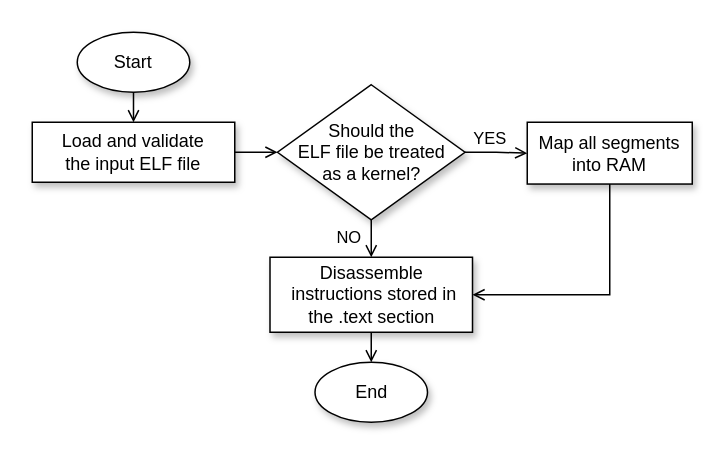
Above: docs/diagrams/elf_loader/elf_diagram.drawio in silhavyj/ZeroMate (draw.io), before the change. Source tidied: cells renumbered, new cells numbered last; positions are measured from the earlier drawing's top-left corner, leaving out a move shared by most shapes. Both pictures are drawn from the tidied source at 150%, with x=0, y=0 at pixel (32, 32).
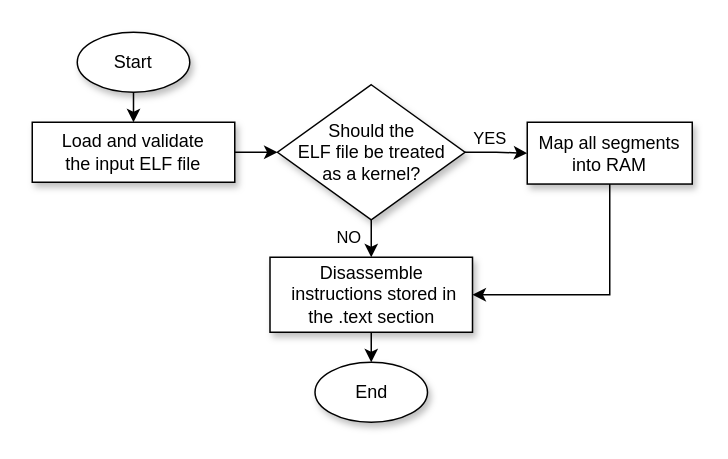
Above is the later version.

What changed in the source:
```diff
@@
 <mxGraphModel>
   <root>
     <mxCell id="0" />
     <mxCell id="1" parent="0" />
-    <mxCell id="2" style="edgeStyle=orthogonalEdgeStyle;rounded=0;jettySize=auto;html=1;exitX=0.5;exitY=1;exitDx=0;exitDy=0;endArrow=open;endFill=0;" parent="1" edge="1" source="6" target="14">
+    <mxCell id="2" style="edgeStyle=orthogonalEdgeStyle;rounded=0;jettySize=auto;html=1;exitX=0.5;exitY=1;exitDx=0;exitDy=0;" parent="1" edge="1" source="6" target="14">
       <mxGeometry relative="1" as="geometry" />
     </mxCell>
     <mxCell id="3" value="NO" style="edgeLabel;html=1;align=center;verticalAlign=middle;" parent="2" vertex="1">
       <mxGeometry x="0.3" y="-1" relative="1" as="geometry">
         <mxPoint x="-15" y="5" as="offset" />
       </mxGeometry>
     </mxCell>
-    <mxCell id="4" style="edgeStyle=orthogonalEdgeStyle;rounded=0;jettySize=auto;html=1;exitX=1;exitY=0.5;exitDx=0;exitDy=0;entryX=0;entryY=0.5;entryDx=0;entryDy=0;endArrow=open;endFill=0;" parent="1" edge="1" source="6" target="10">
+    <mxCell id="4" style="edgeStyle=orthogonalEdgeStyle;rounded=0;jettySize=auto;html=1;exitX=1;exitY=0.5;exitDx=0;exitDy=0;entryX=0;entryY=0.5;entryDx=0;entryDy=0;" parent="1" edge="1" source="6" target="10">
       <mxGeometry relative="1" as="geometry" />
     </mxCell>
     <mxCell id="5" value="YES" style="edgeLabel;html=1;align=center;verticalAlign=middle;" parent="4" vertex="1">
       <mxGeometry x="-0.26" y="-1" relative="1" as="geometry">
         <mxPoint y="-11" as="offset" />
       </mxGeometry>
     </mxCell>
     <mxCell id="6" value="Should the &lt;br&gt;ELF file be treated &lt;br&gt;as a kernel?" style="rhombus;whiteSpace=wrap;html=1;fontFamily=Computer Modern;shadow=1;" parent="1" vertex="1">
       <mxGeometry x="163.5" y="35" width="125" height="90" as="geometry" />
     </mxCell>
-    <mxCell id="7" style="edgeStyle=orthogonalEdgeStyle;rounded=0;jettySize=auto;html=1;exitX=1;exitY=0.5;exitDx=0;exitDy=0;entryX=0;entryY=0.5;entryDx=0;entryDy=0;endArrow=open;endFill=0;" parent="1" edge="1" source="8" target="6">
+    <mxCell id="7" style="edgeStyle=orthogonalEdgeStyle;rounded=0;jettySize=auto;html=1;exitX=1;exitY=0.5;exitDx=0;exitDy=0;entryX=0;entryY=0.5;entryDx=0;entryDy=0;" parent="1" edge="1" source="8" target="6">
       <mxGeometry relative="1" as="geometry" />
     </mxCell>
     <mxCell id="8" value="Load and validate &lt;br&gt;the input ELF file" style="rounded=0;whiteSpace=wrap;html=1;fontFamily=Computer Modern;shadow=1;" parent="1" vertex="1">
       <mxGeometry y="60" width="135" height="40" as="geometry" />
     </mxCell>
-    <mxCell id="9" style="edgeStyle=orthogonalEdgeStyle;rounded=0;jettySize=auto;html=1;exitX=0.5;exitY=1;exitDx=0;exitDy=0;entryX=1;entryY=0.5;entryDx=0;entryDy=0;endArrow=open;endFill=0;" parent="1" edge="1" source="10" target="14">
+    <mxCell id="9" style="edgeStyle=orthogonalEdgeStyle;rounded=0;jettySize=auto;html=1;exitX=0.5;exitY=1;exitDx=0;exitDy=0;entryX=1;entryY=0.5;entryDx=0;entryDy=0;" parent="1" edge="1" source="10" target="14">
       <mxGeometry relative="1" as="geometry" />
     </mxCell>
     <mxCell id="10" value="Map all segments&lt;br&gt;&amp;nbsp;into RAM&amp;nbsp;" style="rounded=0;whiteSpace=wrap;html=1;fontFamily=Computer Modern;shadow=1;" parent="1" vertex="1">
       <mxGeometry x="330" y="60" width="110" height="41.2" as="geometry" />
     </mxCell>
-    <mxCell id="11" style="edgeStyle=orthogonalEdgeStyle;rounded=0;jettySize=auto;html=1;exitX=0.5;exitY=1;exitDx=0;exitDy=0;entryX=0.5;entryY=0;entryDx=0;entryDy=0;endArrow=open;endFill=0;" parent="1" edge="1" source="12" target="8">
+    <mxCell id="11" style="edgeStyle=orthogonalEdgeStyle;rounded=0;jettySize=auto;html=1;exitX=0.5;exitY=1;exitDx=0;exitDy=0;entryX=0.5;entryY=0;entryDx=0;entryDy=0;" parent="1" edge="1" source="12" target="8">
       <mxGeometry relative="1" as="geometry" />
     </mxCell>
     <mxCell id="12" value="Start" style="ellipse;whiteSpace=wrap;html=1;fontFamily=Computer Modern;shadow=1;" parent="1" vertex="1">
       <mxGeometry x="30" width="75" height="40" as="geometry" />
     </mxCell>
-    <mxCell id="13" style="edgeStyle=orthogonalEdgeStyle;rounded=0;jettySize=auto;html=1;exitX=0.5;exitY=1;exitDx=0;exitDy=0;entryX=0.5;entryY=0;entryDx=0;entryDy=0;endArrow=open;endFill=0;" parent="1" edge="1" source="14" target="15">
+    <mxCell id="13" style="edgeStyle=orthogonalEdgeStyle;rounded=0;jettySize=auto;html=1;exitX=0.5;exitY=1;exitDx=0;exitDy=0;entryX=0.5;entryY=0;entryDx=0;entryDy=0;" parent="1" edge="1" source="14" target="15">
       <mxGeometry relative="1" as="geometry" />
     </mxCell>
     <mxCell id="14" value="Disassemble&lt;br&gt;&amp;nbsp;instructions stored in the .text section" style="rounded=0;whiteSpace=wrap;html=1;fontFamily=Computer Modern;shadow=1;" parent="1" vertex="1">
       <mxGeometry x="158.5" y="150" width="135" height="50" as="geometry" />
     </mxCell>
     <mxCell id="15" value="End" style="ellipse;whiteSpace=wrap;html=1;fontFamily=Computer Modern;shadow=1;" parent="1" vertex="1">
       <mxGeometry x="188.5" y="220" width="75" height="40" as="geometry" />
     </mxCell>
   </root>
 </mxGraphModel>
```
